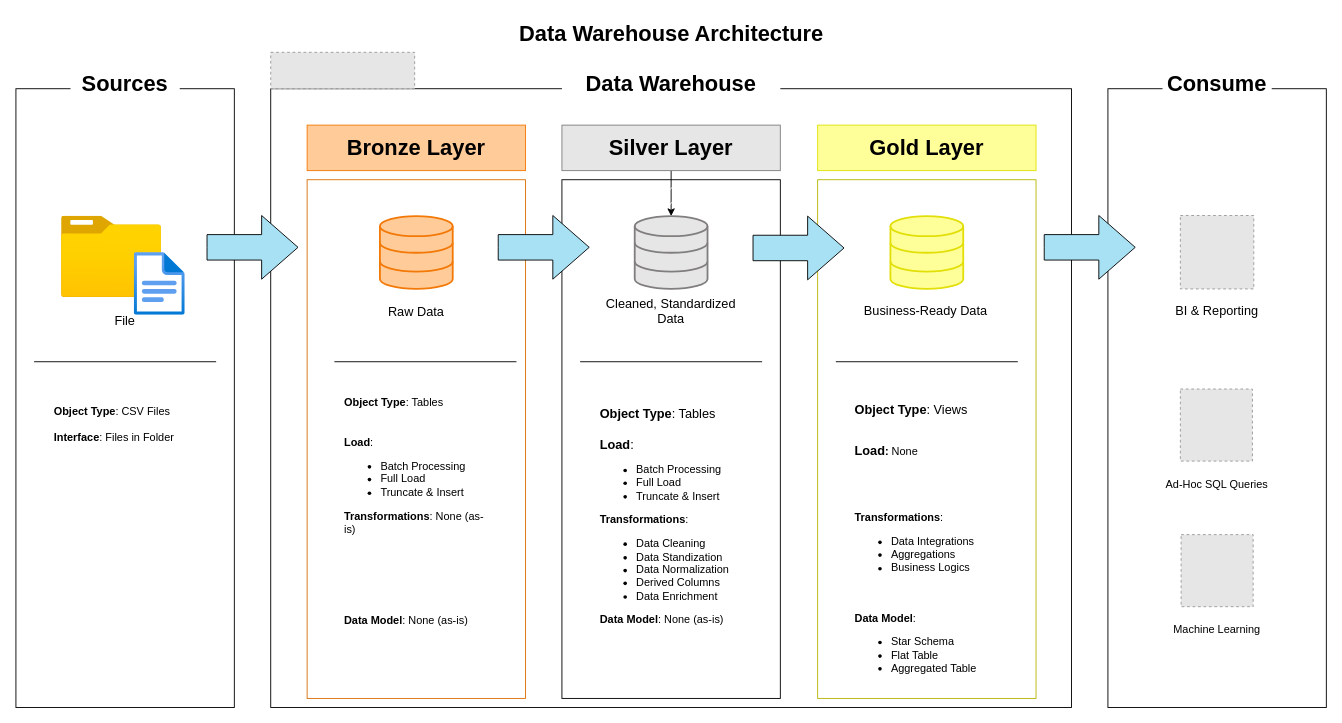
Earlier version of the draw.io diagram Data Engineer Projects/Sales Data Warehouse/docs/Data Warehouse Architecture/Data Warehouse Architecture.drawio (marthag0311/Projects). Source tidied: cells renumbered, new cells numbered last; positions are measured from the earlier drawing's top-left corner, leaving out a move shared by most shapes. Both pictures are drawn from the tidied source at 91%, with x=0, y=0 at pixel (15, 15). Pictures stored in the file or linked from it are replaced by grey dashed boxes.
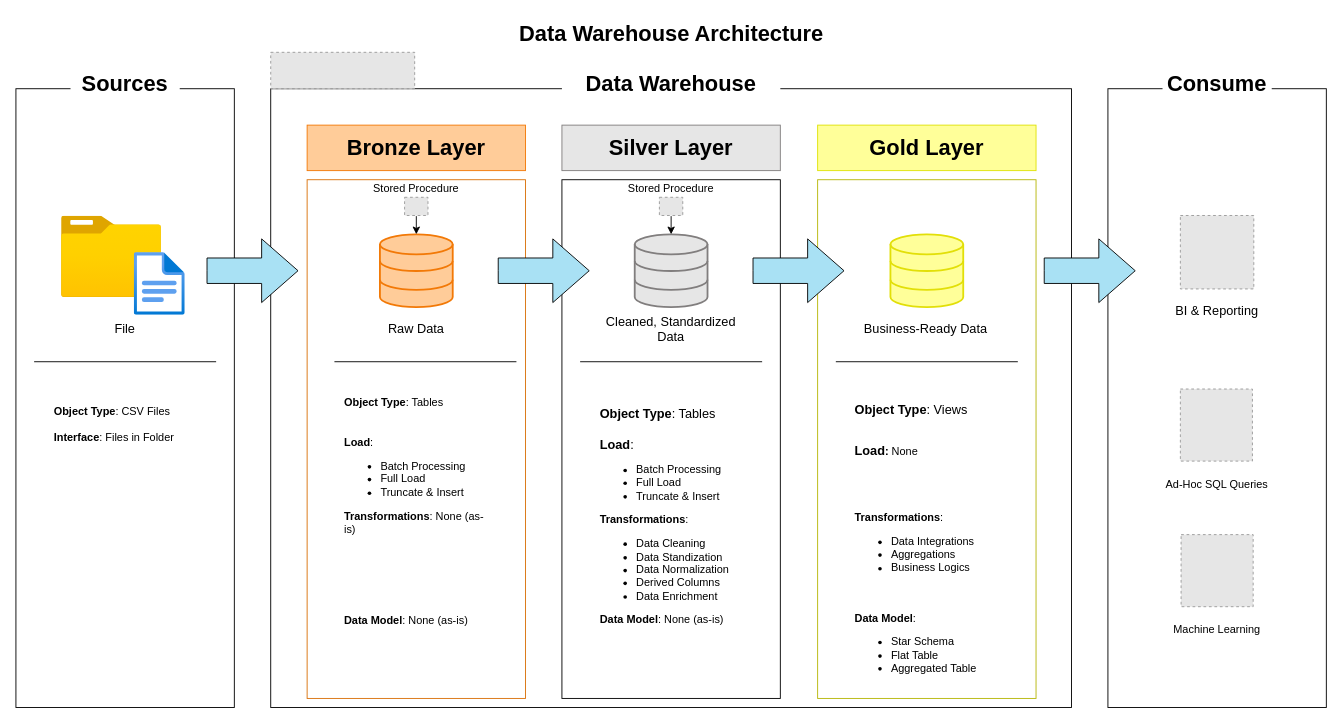
The same page after the edit.

Diff of the diagram source:
```diff
@@
-    <mxCell id="10" style="edgeStyle=orthogonalEdgeStyle;rounded=0;jettySize=auto;html=1;" parent="1" edge="1" source="11" target="18">
-      <mxGeometry relative="1" as="geometry" />
-    </mxCell>
-    <mxCell id="11" value="&lt;font style=&quot;font-size: 24px;&quot;&gt;&lt;b&gt;Silver Layer&lt;/b&gt;&lt;/font&gt;" style="rounded=0;whiteSpace=wrap;html=1;fillColor=#E6E6E6;strokeColor=#817e7e;" parent="1" vertex="1">
-      <mxGeometry x="600" y="120" width="240" height="50" as="geometry" />
-    </mxCell>
@@
     <mxCell id="17" style="html=1;verticalLabelPosition=bottom;align=center;labelBackgroundColor=#ffffff;verticalAlign=top;strokeWidth=2;strokeColor=#f27907;shadow=0;dashed=0;shape=mxgraph.ios7.icons.data;fillColor=#ffcc99;" parent="1" vertex="1">
-      <mxGeometry x="400" y="220" width="80" height="80" as="geometry" />
+      <mxGeometry x="400" y="240" width="80" height="80" as="geometry" />
     </mxCell>
     <mxCell id="18" style="html=1;verticalLabelPosition=bottom;align=center;labelBackgroundColor=#ffffff;verticalAlign=top;strokeWidth=2;strokeColor=#817e7e;shadow=0;dashed=0;shape=mxgraph.ios7.icons.data;fillColor=#e6e6e6;" parent="1" vertex="1">
-      <mxGeometry x="680" y="220" width="80" height="80" as="geometry" />
+      <mxGeometry x="680" y="240" width="80" height="80" as="geometry" />
     </mxCell>
     <mxCell id="19" style="html=1;verticalLabelPosition=bottom;align=center;labelBackgroundColor=#ffffff;verticalAlign=top;strokeWidth=2;strokeColor=#e2df08;shadow=0;dashed=0;shape=mxgraph.ios7.icons.data;fillColor=#FFFF99;" parent="1" vertex="1">
-      <mxGeometry x="961" y="220" width="80" height="80" as="geometry" />
+      <mxGeometry x="961" y="240" width="80" height="80" as="geometry" />
     </mxCell>
@@
     <mxCell id="31" style="html=1;shadow=0;dashed=0;align=center;verticalAlign=middle;shape=mxgraph.arrows2.arrow;dy=0.6;dx=40;notch=0;fillColor=#a9e1f4;" parent="1" vertex="1">
-      <mxGeometry x="210" y="219.3" width="100" height="70" as="geometry" />
+      <mxGeometry x="210" y="245" width="100" height="70" as="geometry" />
     </mxCell>
     <mxCell id="32" style="html=1;shadow=0;dashed=0;align=center;verticalAlign=middle;shape=mxgraph.arrows2.arrow;dy=0.6;dx=40;notch=0;fillColor=#A9E1F4;" parent="1" vertex="1">
-      <mxGeometry x="530" y="219.3" width="100" height="70" as="geometry" />
+      <mxGeometry x="530" y="245" width="100" height="70" as="geometry" />
     </mxCell>
     <mxCell id="33" style="html=1;shadow=0;dashed=0;align=center;verticalAlign=middle;shape=mxgraph.arrows2.arrow;dy=0.6;dx=40;notch=0;fillColor=#a9e1f4;" parent="1" vertex="1">
-      <mxGeometry x="810" y="220" width="100" height="70" as="geometry" />
+      <mxGeometry x="810" y="245" width="100" height="70" as="geometry" />
     </mxCell>
@@
     <mxCell id="36" style="html=1;shadow=0;dashed=0;align=center;verticalAlign=middle;shape=mxgraph.arrows2.arrow;dy=0.6;dx=40;notch=0;fillColor=#a9e1f4;" parent="1" vertex="1">
-      <mxGeometry x="1130" y="219.3" width="100" height="70" as="geometry" />
+      <mxGeometry x="1130" y="245" width="100" height="70" as="geometry" />
     </mxCell>
     <mxCell id="37" value="&lt;font style=&quot;font-size: 14px;&quot;&gt;Raw Data&lt;/font&gt;" style="text;html=1;align=center;verticalAlign=middle;whiteSpace=wrap;rounded=0;" parent="1" vertex="1">
-      <mxGeometry x="360" y="310" width="160" height="30" as="geometry" />
+      <mxGeometry x="360" y="329" width="160" height="30" as="geometry" />
     </mxCell>
     <mxCell id="38" value="&lt;font style=&quot;font-size: 14px;&quot;&gt;Cleaned, Standardized Data&lt;/font&gt;" style="text;html=1;align=center;verticalAlign=middle;whiteSpace=wrap;rounded=0;" parent="1" vertex="1">
-      <mxGeometry x="640" y="309.3" width="160" height="30" as="geometry" />
+      <mxGeometry x="640" y="329" width="160" height="30" as="geometry" />
     </mxCell>
     <mxCell id="39" value="&lt;font style=&quot;font-size: 14px;&quot;&gt;Business-Ready Data&lt;/font&gt;" style="text;html=1;align=center;verticalAlign=middle;whiteSpace=wrap;rounded=0;" parent="1" vertex="1">
-      <mxGeometry x="920" y="309.3" width="160" height="30" as="geometry" />
+      <mxGeometry x="920" y="329" width="160" height="30" as="geometry" />
     </mxCell>
     <mxCell id="40" value="&lt;font style=&quot;font-size: 14px;&quot;&gt;File&lt;/font&gt;" style="text;html=1;align=center;verticalAlign=middle;whiteSpace=wrap;rounded=0;" parent="1" vertex="1">
-      <mxGeometry x="40" y="320" width="160" height="30" as="geometry" />
+      <mxGeometry x="40" y="329" width="160" height="30" as="geometry" />
     </mxCell>
@@
+    <mxCell id="44" style="fillColor=#E6E6E6;strokeColor=#999999;dashed=1;verticalLabelPosition=bottom;labelBackgroundColor=default;verticalAlign=top;" parent="1" vertex="1">
+      <mxGeometry x="427.1" y="199.3" width="25.7" height="20" as="geometry" />
+    </mxCell>
+    <mxCell id="45" value="Stored Procedure" style="text;html=1;align=center;verticalAlign=middle;whiteSpace=wrap;rounded=0;" parent="1" vertex="1">
+      <mxGeometry x="390" y="180" width="100" height="20" as="geometry" />
+    </mxCell>
+    <mxCell id="11" value="&lt;font style=&quot;font-size: 24px;&quot;&gt;&lt;b&gt;Silver Layer&lt;/b&gt;&lt;/font&gt;" style="rounded=0;whiteSpace=wrap;html=1;fillColor=#E6E6E6;strokeColor=#817e7e;" parent="1" vertex="1">
+      <mxGeometry x="600" y="120" width="240" height="50" as="geometry" />
+    </mxCell>
+    <mxCell id="46" value="Stored Procedure" style="text;html=1;align=center;verticalAlign=middle;whiteSpace=wrap;rounded=0;" parent="1" vertex="1">
+      <mxGeometry x="670" y="180" width="100" height="20" as="geometry" />
+    </mxCell>
+    <mxCell id="47" style="fillColor=#E6E6E6;strokeColor=#999999;dashed=1;verticalLabelPosition=bottom;labelBackgroundColor=default;verticalAlign=top;" parent="1" vertex="1">
+      <mxGeometry x="707.1" y="199.3" width="25.7" height="20" as="geometry" />
+    </mxCell>
+    <mxCell id="48" style="endArrow=classic;html=1;rounded=0;" parent="1" edge="1" target="17">
+      <mxGeometry relative="1" as="geometry">
+        <mxPoint x="440" y="220" as="sourcePoint" />
+      </mxGeometry>
+    </mxCell>
+    <mxCell id="49" style="endArrow=classic;html=1;rounded=0;" parent="1" edge="1" target="18">
+      <mxGeometry relative="1" as="geometry">
+        <mxPoint x="720" y="220" as="sourcePoint" />
+      </mxGeometry>
+    </mxCell>
```
